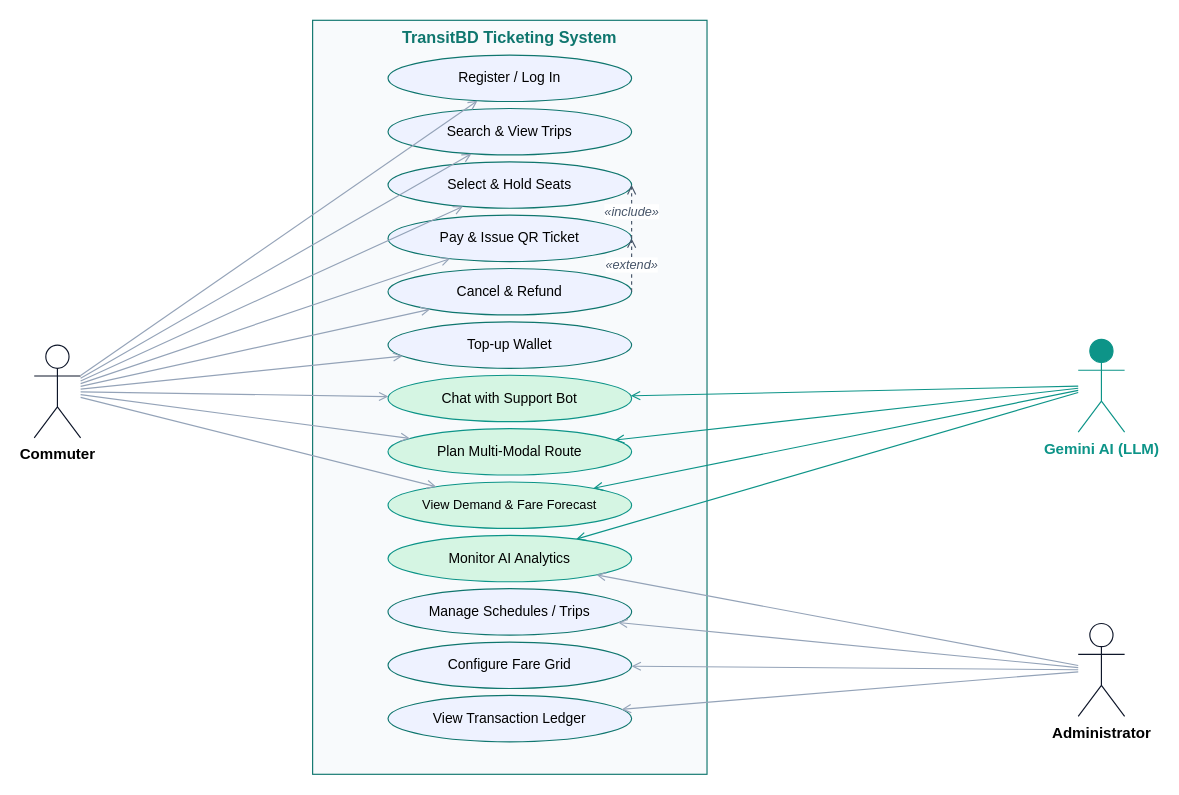
The draw.io diagram docs/use-case.drawio in Munem3/transit-ticketing-system, before the edit. Source tidied: cells renumbered, new cells numbered last; positions are measured from the earlier drawing's top-left corner, leaving out a move shared by most shapes. Both pictures are drawn from the tidied source at 116%, with x=0, y=0 at pixel (34, 20).
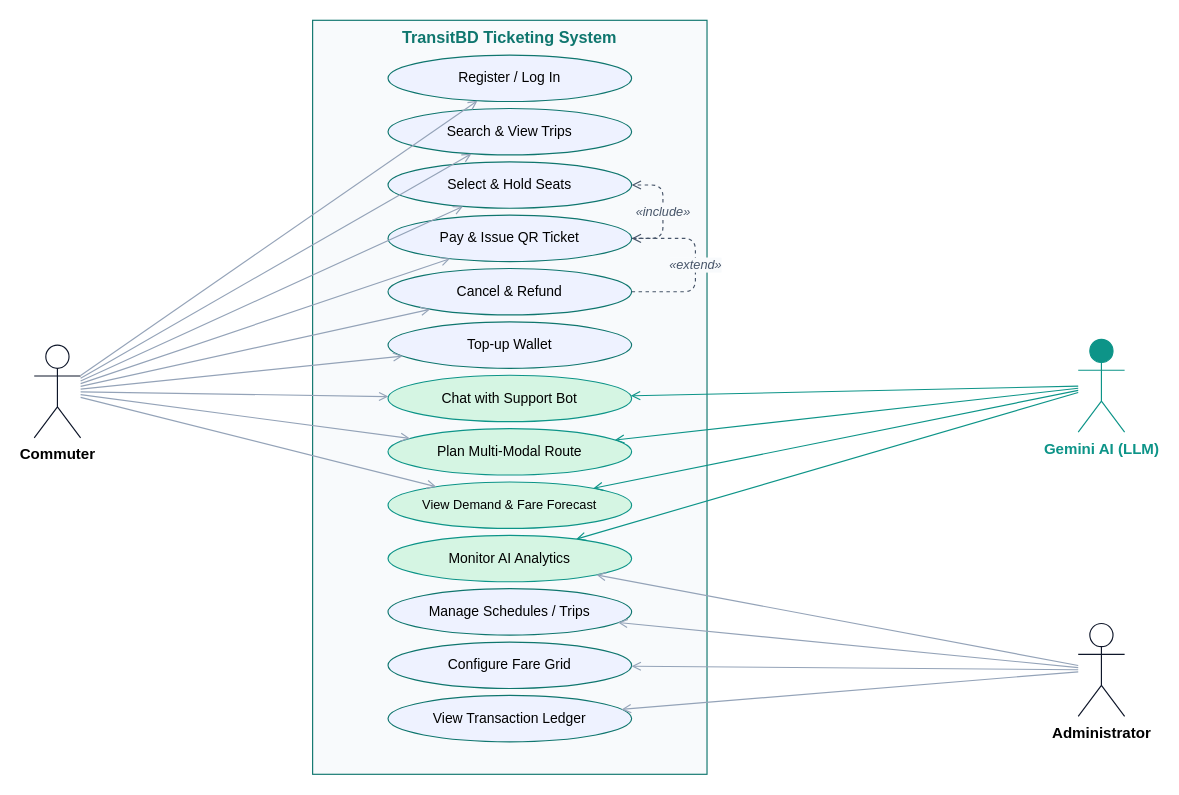
Above is the later version.

Commit message (it also covers changes not shown here):
Separate include/extend labels in use-case diagram

The change refers to these unchanged cells:
```xml
<mxCell id="8" value="Select &amp; Hold Seats" style="ellipse;whiteSpace=wrap;html=1;fillColor=#EEF2FF;strokeColor=#0F766E;fontSize=12;" parent="1" vertex="1">
  <mxGeometry x="305" y="122" width="210" height="40" as="geometry" />
</mxCell>
<mxCell id="9" value="Pay &amp; Issue QR Ticket" style="ellipse;whiteSpace=wrap;html=1;fillColor=#EEF2FF;strokeColor=#0F766E;fontSize=12;" parent="1" vertex="1">
  <mxGeometry x="305" y="168" width="210" height="40" as="geometry" />
</mxCell>
<mxCell id="10" value="Cancel &amp; Refund" style="ellipse;whiteSpace=wrap;html=1;fillColor=#EEF2FF;strokeColor=#0F766E;fontSize=12;" parent="1" vertex="1">
  <mxGeometry x="305" y="214" width="210" height="40" as="geometry" />
</mxCell>
```

The edit, as a diff of the source:
```diff
@@
-    <mxCell id="36" value="«include»" style="endArrow=open;endFill=0;dashed=1;html=1;strokeColor=#475569;fontSize=11;fontStyle=2;fontColor=#475569;exitX=1;exitY=0.5;exitDx=0;exitDy=0;entryX=1;entryY=0.5;entryDx=0;entryDy=0;" parent="1" edge="1" source="9" target="8">
-      <mxGeometry relative="1" as="geometry" />
+    <mxCell id="36" value="«include»" style="endArrow=open;endFill=0;dashed=1;html=1;strokeColor=#475569;fontSize=11;fontStyle=2;fontColor=#475569;labelBackgroundColor=#F8FAFC;exitX=1;exitY=0.5;exitDx=0;exitDy=0;entryX=1;entryY=0.5;entryDx=0;entryDy=0;" parent="1" edge="1" source="9" target="8">
+      <mxGeometry relative="1" as="geometry">
+        <Array as="points">
+          <mxPoint x="542" y="188" />
+          <mxPoint x="542" y="142" />
+        </Array>
+      </mxGeometry>
     </mxCell>
-    <mxCell id="37" value="«extend»" style="endArrow=open;endFill=0;dashed=1;html=1;strokeColor=#475569;fontSize=11;fontStyle=2;fontColor=#475569;exitX=1;exitY=0.5;exitDx=0;exitDy=0;entryX=1;entryY=0.5;entryDx=0;entryDy=0;" parent="1" edge="1" source="10" target="9">
-      <mxGeometry relative="1" as="geometry" />
+    <mxCell id="37" value="«extend»" style="endArrow=open;endFill=0;dashed=1;html=1;strokeColor=#475569;fontSize=11;fontStyle=2;fontColor=#475569;labelBackgroundColor=#F8FAFC;exitX=1;exitY=0.5;exitDx=0;exitDy=0;entryX=1;entryY=0.5;entryDx=0;entryDy=0;" parent="1" edge="1" source="10" target="9">
+      <mxGeometry relative="1" as="geometry">
+        <Array as="points">
+          <mxPoint x="570" y="234" />
+          <mxPoint x="570" y="188" />
+        </Array>
+      </mxGeometry>
     </mxCell>
```
